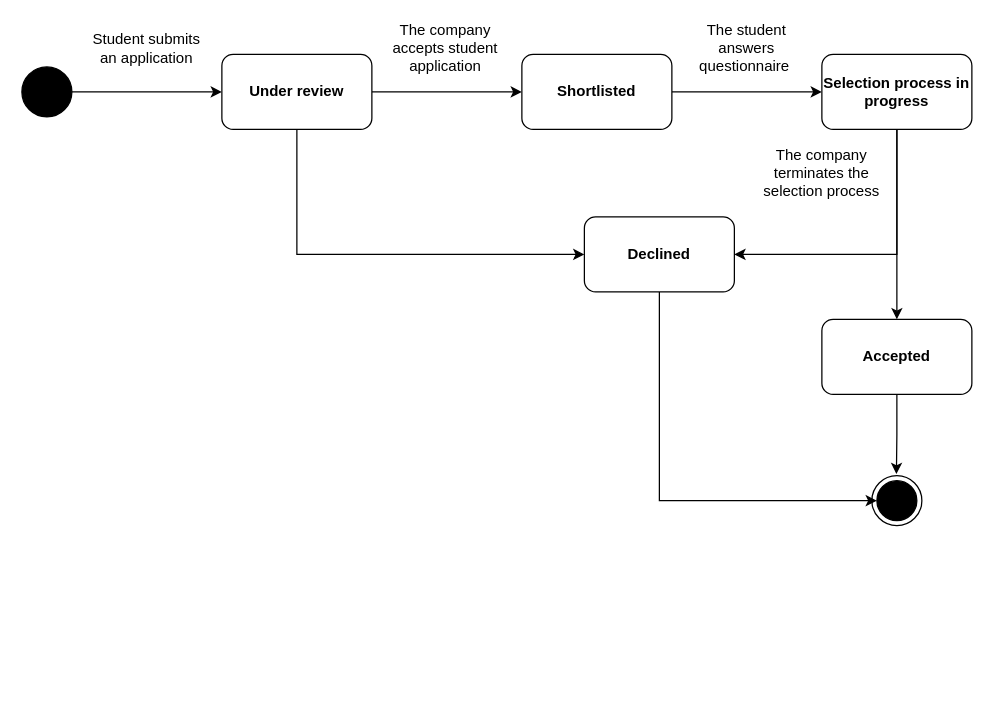
This is RASD-Latex/assets/state_diagram_2.drawio from EdinZiga/DimicTatalovicZiga, a draw.io file, before an edit. Source tidied: cells renumbered, new cells numbered last; positions are measured from the earlier drawing's top-left corner, leaving out a move shared by most shapes. Both pictures are drawn from the tidied source at 125%, with x=0, y=0 at pixel (21, 29).
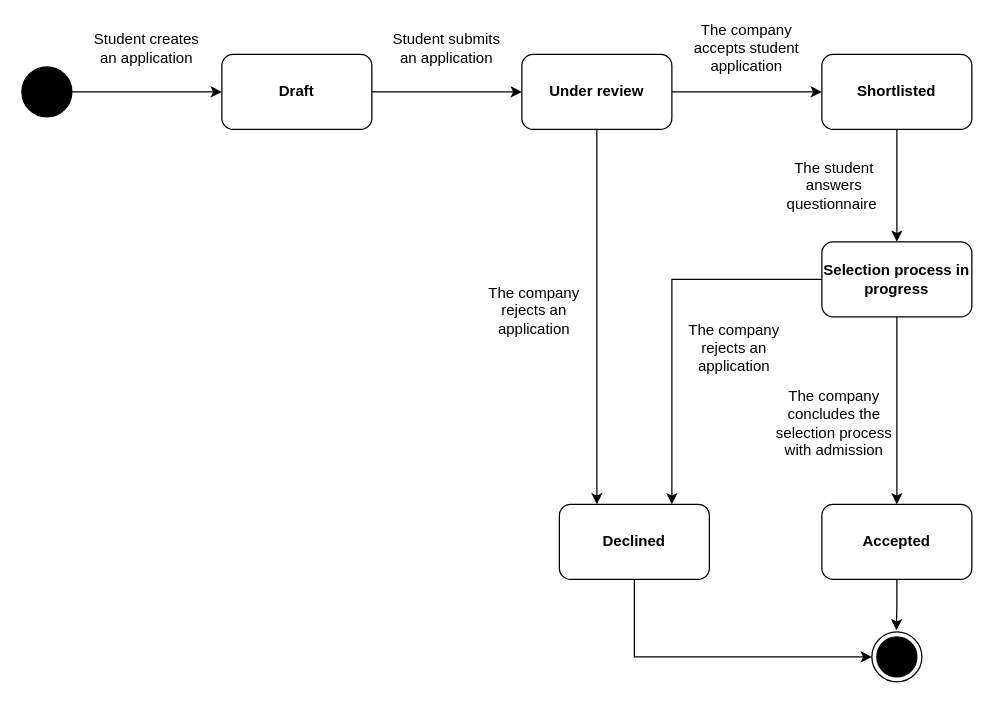
The same diagram, later.

Unchanged cells that the change refers to:
```xml
<mxCell id="2" style="ellipse;whiteSpace=wrap;html=1;fillColor=#000000;" parent="1" vertex="1">
  <mxGeometry y="30" width="40" height="40" as="geometry" />
</mxCell>
<mxCell id="19" style="ellipse;whiteSpace=wrap;html=1;" parent="18" vertex="1">
  <mxGeometry width="40" height="40" as="geometry" />
</mxCell>
<mxCell id="20" style="ellipse;whiteSpace=wrap;html=1;fillColor=#000000;" parent="18" vertex="1">
  <mxGeometry x="4" y="4" width="32" height="32" as="geometry" />
</mxCell>
```

What changed in the source:
```diff
@@
-    <mxCell id="3" style="endArrow=classic;html=1;rounded=0;exitX=1;exitY=0.5;exitDx=0;exitDy=0;entryX=0;entryY=0.5;entryDx=0;entryDy=0;" parent="1" edge="1" source="2" target="6">
+    <mxCell id="3" style="endArrow=classic;html=1;rounded=0;exitX=1;exitY=0.5;exitDx=0;exitDy=0;entryX=0;entryY=0.5;entryDx=0;entryDy=0;" parent="1" edge="1" source="25" target="6">
       <mxGeometry relative="1" as="geometry" />
     </mxCell>
@@
-    <mxCell id="5" style="edgeStyle=orthogonalEdgeStyle;rounded=0;jettySize=auto;html=1;entryX=0;entryY=0.5;entryDx=0;entryDy=0;" parent="1" edge="1" source="6" target="22">
+    <mxCell id="5" style="edgeStyle=orthogonalEdgeStyle;rounded=0;jettySize=auto;html=1;entryX=0.25;entryY=0;entryDx=0;entryDy=0;exitX=0.5;exitY=1;exitDx=0;exitDy=0;" parent="1" edge="1" source="6" target="22">
       <mxGeometry relative="1" as="geometry">
         <Array as="points">
-          <mxPoint x="220" y="180" />
+          <mxPoint x="460" y="345" />
         </Array>
       </mxGeometry>
     </mxCell>
     <mxCell id="6" value="&lt;b&gt;Under review&lt;/b&gt;" style="rounded=1;whiteSpace=wrap;html=1;" parent="1" vertex="1">
-      <mxGeometry x="160" y="20" width="120" height="60" as="geometry" />
+      <mxGeometry x="400" y="20" width="120" height="60" as="geometry" />
     </mxCell>
-    <mxCell id="7" style="edgeStyle=orthogonalEdgeStyle;rounded=0;jettySize=auto;html=1;entryX=0;entryY=0.5;entryDx=0;entryDy=0;" parent="1" edge="1" source="8" target="11">
+    <mxCell id="7" style="edgeStyle=orthogonalEdgeStyle;rounded=0;jettySize=auto;html=1;entryX=0.5;entryY=0;entryDx=0;entryDy=0;" parent="1" edge="1" source="8" target="11">
       <mxGeometry relative="1" as="geometry" />
     </mxCell>
     <mxCell id="8" value="&lt;b&gt;Shortlisted&lt;/b&gt;" style="rounded=1;whiteSpace=wrap;html=1;" parent="1" vertex="1">
-      <mxGeometry x="400" y="20" width="120" height="60" as="geometry" />
+      <mxGeometry x="640" y="20" width="120" height="60" as="geometry" />
     </mxCell>
@@
-    <mxCell id="10" style="edgeStyle=orthogonalEdgeStyle;rounded=0;jettySize=auto;html=1;entryX=1;entryY=0.5;entryDx=0;entryDy=0;" parent="1" edge="1" source="11" target="22">
+    <mxCell id="10" style="edgeStyle=orthogonalEdgeStyle;rounded=0;jettySize=auto;html=1;" parent="1" edge="1" source="11" target="22">
       <mxGeometry relative="1" as="geometry">
         <Array as="points">
-          <mxPoint x="700" y="180" />
+          <mxPoint x="520" y="200" />
         </Array>
       </mxGeometry>
     </mxCell>
     <mxCell id="11" value="&lt;b&gt;Selection process in progress&lt;/b&gt;" style="rounded=1;whiteSpace=wrap;html=1;" parent="1" vertex="1">
-      <mxGeometry x="640" y="20" width="120" height="60" as="geometry" />
+      <mxGeometry x="640" y="170" width="120" height="60" as="geometry" />
     </mxCell>
     <mxCell id="12" value="Student submits an application" style="text;html=1;align=center;verticalAlign=middle;whiteSpace=wrap;rounded=0;" parent="1" vertex="1">
-      <mxGeometry x="50" width="100" height="30" as="geometry" />
+      <mxGeometry x="290" width="100" height="30" as="geometry" />
     </mxCell>
     <mxCell id="13" value="The company accepts student application" style="text;html=1;align=center;verticalAlign=middle;whiteSpace=wrap;rounded=0;" parent="1" vertex="1">
-      <mxGeometry x="289" width="100" height="30" as="geometry" />
+      <mxGeometry x="530" width="100" height="30" as="geometry" />
     </mxCell>
     <mxCell id="14" value="The student answers questionnaire&amp;nbsp;" style="text;html=1;align=center;verticalAlign=middle;whiteSpace=wrap;rounded=0;" parent="1" vertex="1">
-      <mxGeometry x="530" width="100" height="30" as="geometry" />
+      <mxGeometry x="600" y="110" width="100" height="30" as="geometry" />
     </mxCell>
@@
     <mxCell id="16" value="&lt;b&gt;Accepted&lt;/b&gt;" style="rounded=1;whiteSpace=wrap;html=1;" parent="1" vertex="1">
-      <mxGeometry x="640" y="232" width="120" height="60" as="geometry" />
+      <mxGeometry x="640" y="380" width="120" height="60" as="geometry" />
     </mxCell>
-    <mxCell id="17" value="The company terminates the selection process" style="text;html=1;align=center;verticalAlign=middle;whiteSpace=wrap;rounded=0;" parent="1" vertex="1">
-      <mxGeometry x="590" y="100" width="100" height="30" as="geometry" />
+    <mxCell id="17" value="The company concludes the selection process with admission" style="text;html=1;align=center;verticalAlign=middle;whiteSpace=wrap;rounded=0;" parent="1" vertex="1">
+      <mxGeometry x="600" y="300" width="100" height="30" as="geometry" />
     </mxCell>
     <mxCell id="18" style="group;" parent="1" vertex="1">
-      <mxGeometry x="680" y="357" width="40" height="40" as="geometry" />
+      <mxGeometry x="680" y="482" width="40" height="40" as="geometry" />
     </mxCell>
@@
-    <mxCell id="21" style="edgeStyle=orthogonalEdgeStyle;rounded=0;jettySize=auto;html=1;entryX=0;entryY=0.5;entryDx=0;entryDy=0;" parent="1" edge="1" source="22" target="20">
-      <mxGeometry relative="1" as="geometry">
-        <Array as="points">
-          <mxPoint x="510" y="377" />
-        </Array>
-      </mxGeometry>
-    </mxCell>
+    <mxCell id="23" style="edgeStyle=orthogonalEdgeStyle;rounded=0;jettySize=auto;html=1;entryX=0;entryY=0.5;entryDx=0;entryDy=0;" parent="1" edge="1" source="22" target="19">
+      <mxGeometry relative="1" as="geometry">
+        <Array as="points">
+          <mxPoint x="490" y="502" />
+        </Array>
+      </mxGeometry>
+    </mxCell>
     <mxCell id="22" value="&lt;b&gt;Declined&lt;/b&gt;" style="rounded=1;whiteSpace=wrap;html=1;" parent="1" vertex="1">
-      <mxGeometry x="450" y="150" width="120" height="60" as="geometry" />
+      <mxGeometry x="430" y="380" width="120" height="60" as="geometry" />
     </mxCell>
+    <mxCell id="24" style="endArrow=classic;html=1;rounded=0;exitX=1;exitY=0.5;exitDx=0;exitDy=0;entryX=0;entryY=0.5;entryDx=0;entryDy=0;" parent="1" edge="1" source="2" target="25">
+      <mxGeometry relative="1" as="geometry" />
+    </mxCell>
+    <mxCell id="25" value="&lt;b&gt;Draft&lt;/b&gt;" style="rounded=1;whiteSpace=wrap;html=1;" parent="1" vertex="1">
+      <mxGeometry x="160" y="20" width="120" height="60" as="geometry" />
+    </mxCell>
+    <mxCell id="26" value="Student creates an application" style="text;html=1;align=center;verticalAlign=middle;whiteSpace=wrap;rounded=0;" parent="1" vertex="1">
+      <mxGeometry x="50" width="100" height="30" as="geometry" />
+    </mxCell>
+    <mxCell id="27" value="The company rejects an application" style="text;html=1;align=center;verticalAlign=middle;whiteSpace=wrap;rounded=0;" parent="1" vertex="1">
+      <mxGeometry x="360" y="210" width="100" height="30" as="geometry" />
+    </mxCell>
+    <mxCell id="28" value="The company rejects an application" style="text;html=1;align=center;verticalAlign=middle;whiteSpace=wrap;rounded=0;" parent="1" vertex="1">
+      <mxGeometry x="520" y="240" width="100" height="30" as="geometry" />
+    </mxCell>
```
